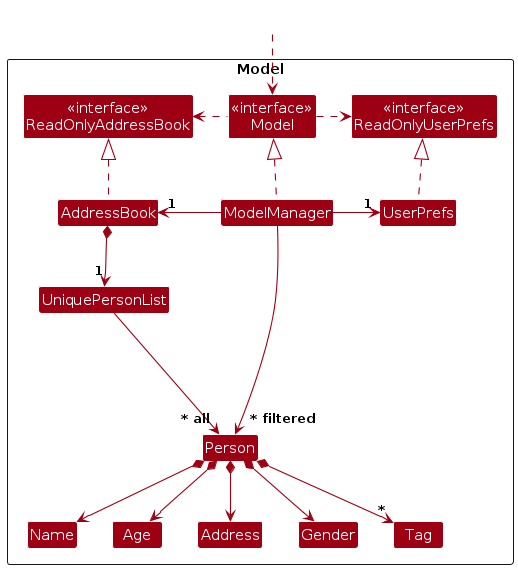
AY2324S1-CS2103T-F10-2/tp keeps this PlantUML diagram as diagrams/ModelClassDiagram.png. Above is the earlier version. Its source is kept beside it as diagrams/ModelClassDiagram.puml.
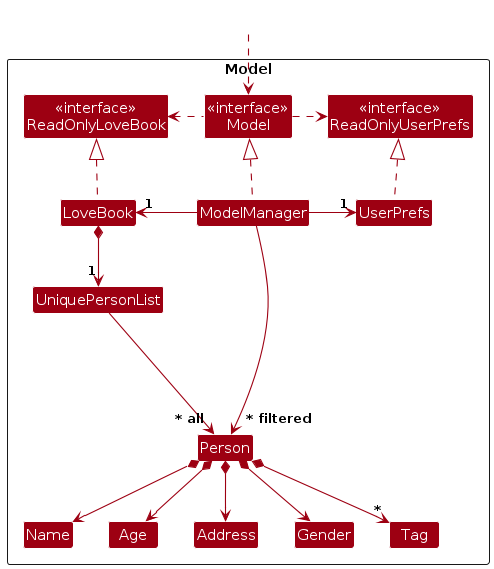
Above is the later version.

What changed in the source:
```diff
@@ -5,10 +5,10 @@
 skinparam classBackgroundColor MODEL_COLOR
 
 Package Model as ModelPackage <<Rectangle>>{
-Class "<<interface>>\nReadOnlyAddressBook" as ReadOnlyAddressBook
+Class "<<interface>>\nReadOnlyLoveBook" as ReadOnlyLoveBook
 Class "<<interface>>\nReadOnlyUserPrefs" as ReadOnlyUserPrefs
 Class "<<interface>>\nModel" as Model
-Class AddressBook
+Class LoveBook
 Class ModelManager
 Class UserPrefs
 
@@ -26,16 +26,16 @@
 Class HiddenOutside #FFFFFF
 HiddenOutside ..> Model
 
-AddressBook .up.|> ReadOnlyAddressBook
+LoveBook .up.|> ReadOnlyLoveBook
 
 ModelManager .up.|> Model
 Model .right.> ReadOnlyUserPrefs
-Model .left.> ReadOnlyAddressBook
-ModelManager -left-> "1" AddressBook
+Model .left.> ReadOnlyLoveBook
+ModelManager -left-> "1" LoveBook
 ModelManager -right-> "1" UserPrefs
 UserPrefs .up.|> ReadOnlyUserPrefs
 
-AddressBook *--> "1" UniquePersonList
+LoveBook *--> "1" UniquePersonList
 UniquePersonList --> "~* all" Person
 Person *--> Name
 Person *--> Age
```
